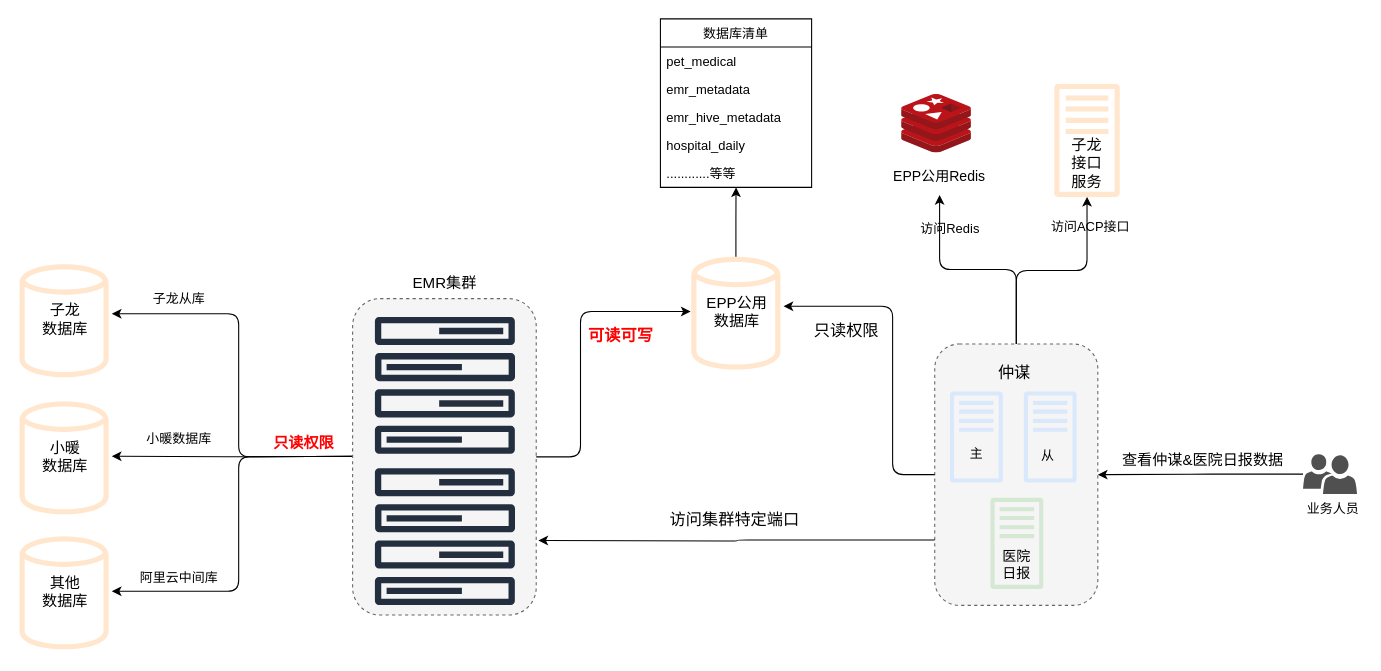
The draw.io diagram pet_data_warehouse/EMR网络图.drawio in fangzheng0518/draw, before the edit. Source tidied: cells renumbered, new cells numbered last; positions are measured from the earlier drawing's top-left corner, leaving out a move shared by most shapes. Both pictures are drawn from the tidied source at 108%, with x=0, y=0 at pixel (18, 18).
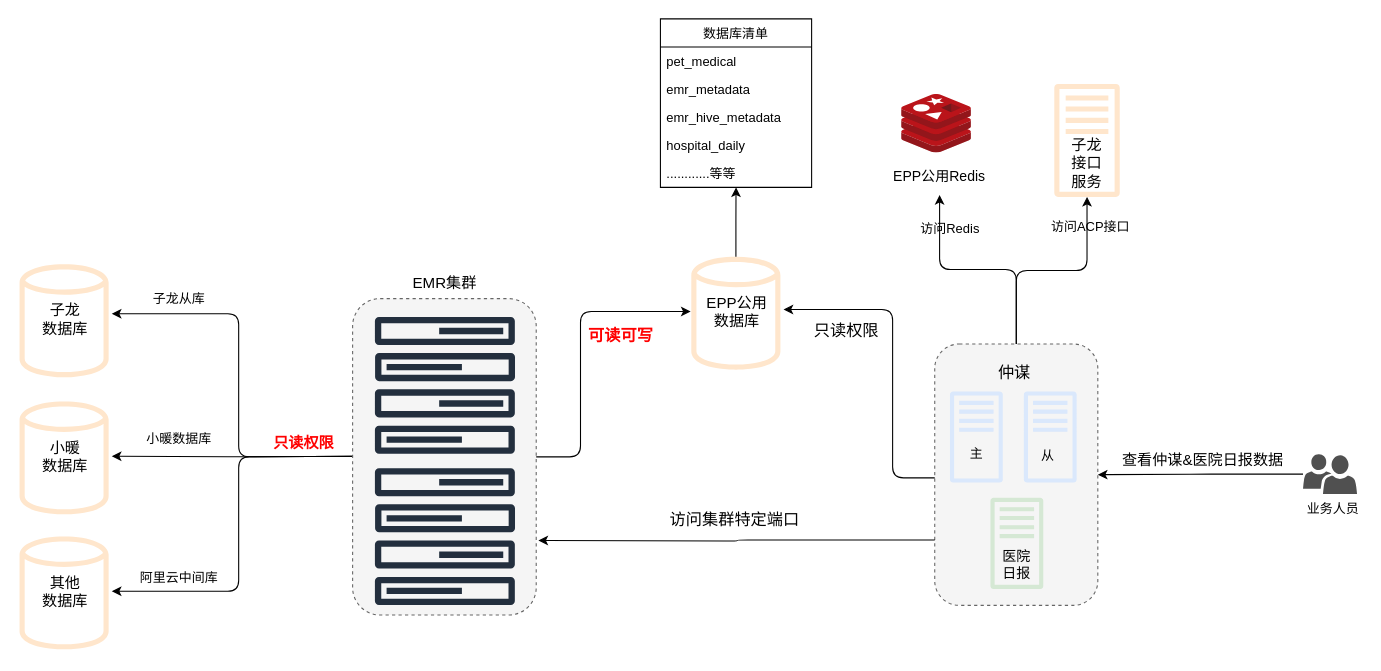
The same page after the edit.

Commit message:
更新EMR网络图.drawio

The change refers to these unchanged cells:
```xml
<mxCell id="24" value="&lt;span style=&quot;font-size: 14px&quot;&gt;EPP公用&lt;br&gt;数据库&lt;/span&gt;" style="text;html=1;strokeColor=none;fillColor=none;align=center;verticalAlign=middle;whiteSpace=wrap;rounded=0;dashed=1;" parent="22" vertex="1">
  <mxGeometry y="43" width="86" height="20" as="geometry" />
</mxCell>
<mxCell id="26" style="rounded=1;whiteSpace=wrap;html=1;dashed=1;fillColor=#f5f5f5;strokeColor=#666666;fontColor=#333333;" parent="25" vertex="1">
  <mxGeometry width="151" height="242" as="geometry" />
</mxCell>
```

Change to the diagram source:
```diff
@@
-    <mxCell id="69" style="edgeStyle=orthogonalEdgeStyle;rounded=1;jettySize=auto;html=1;exitX=0;exitY=0.5;exitDx=0;exitDy=0;entryX=1;entryY=0.25;entryDx=0;entryDy=0;" parent="1" edge="1" source="26" target="24">
+    <mxCell id="69" style="edgeStyle=orthogonalEdgeStyle;rounded=1;orthogonalLoop=1;jettySize=auto;html=1;exitX=0;exitY=0.5;exitDx=0;exitDy=0;entryX=1;entryY=0.25;entryDx=0;entryDy=0;" parent="1" edge="1">
       <mxGeometry relative="1" as="geometry">
+        <mxPoint x="848" y="425" as="sourcePoint" />
+        <mxPoint x="708" y="269" as="targetPoint" />
         <Array as="points">
-          <mxPoint x="809" y="422" />
-          <mxPoint x="809" y="266" />
+          <mxPoint x="809" y="425" />
+          <mxPoint x="809" y="269" />
         </Array>
       </mxGeometry>
     </mxCell>
```
